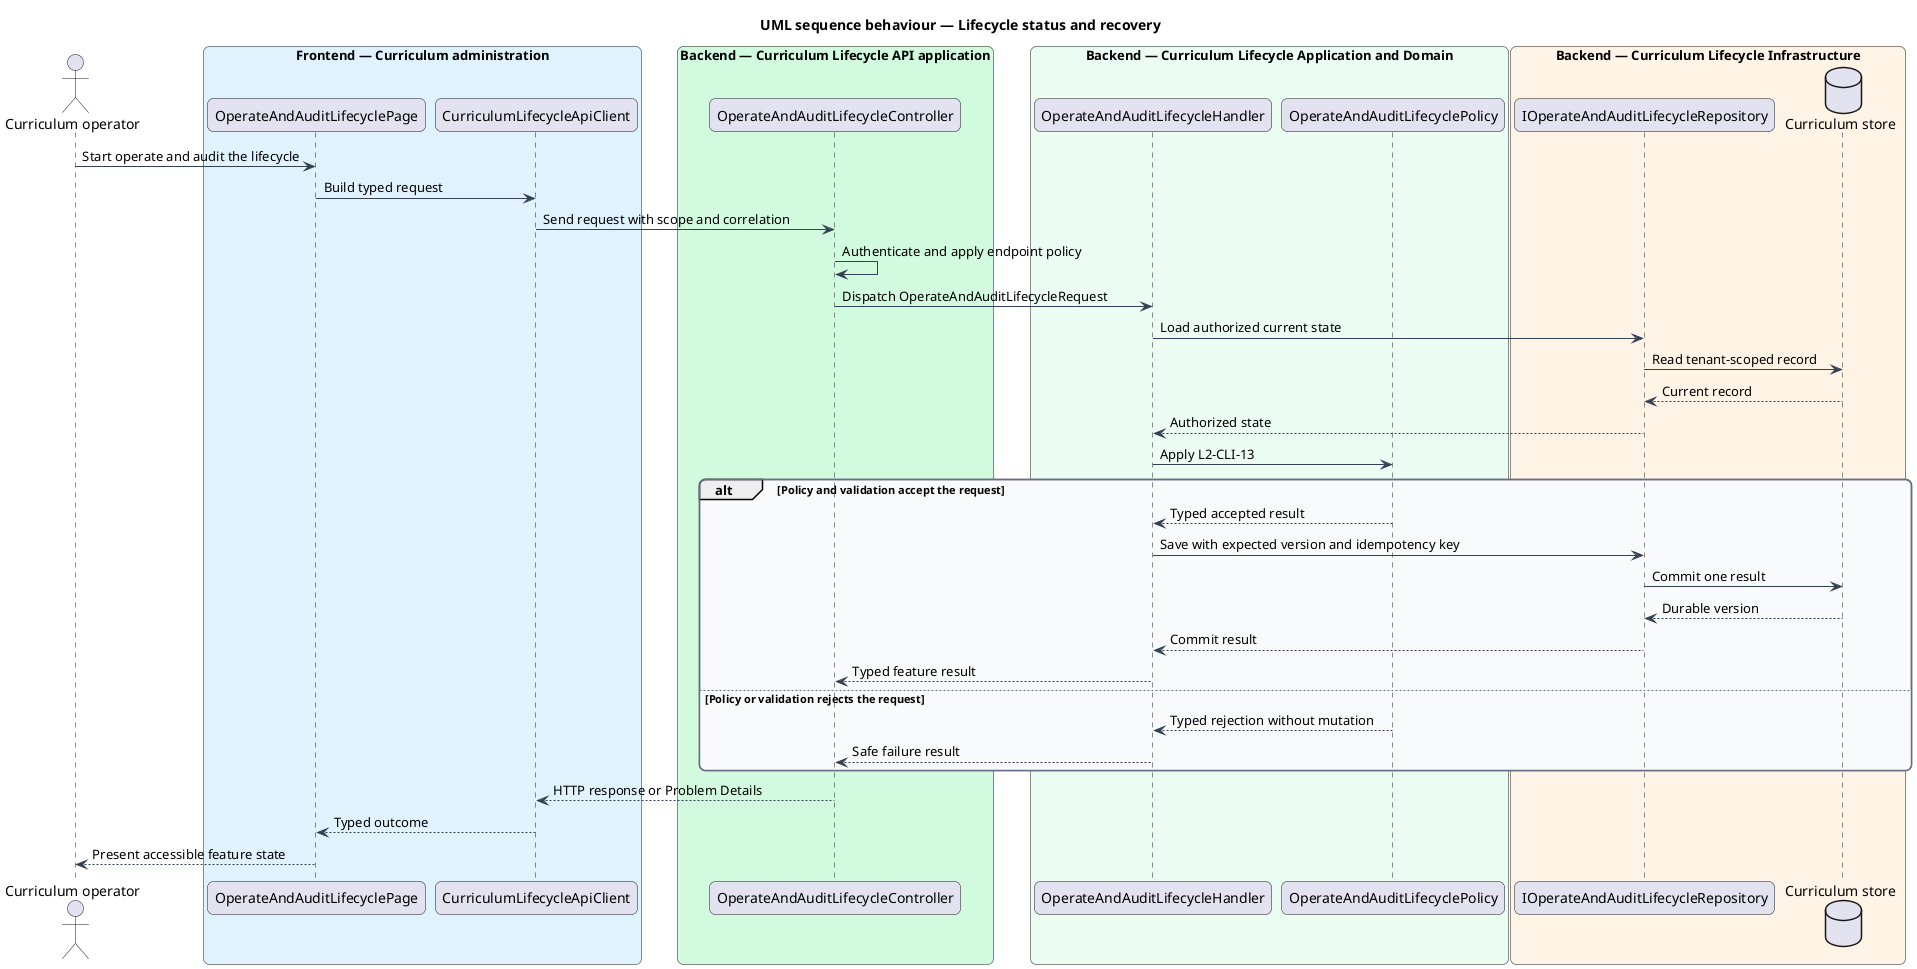
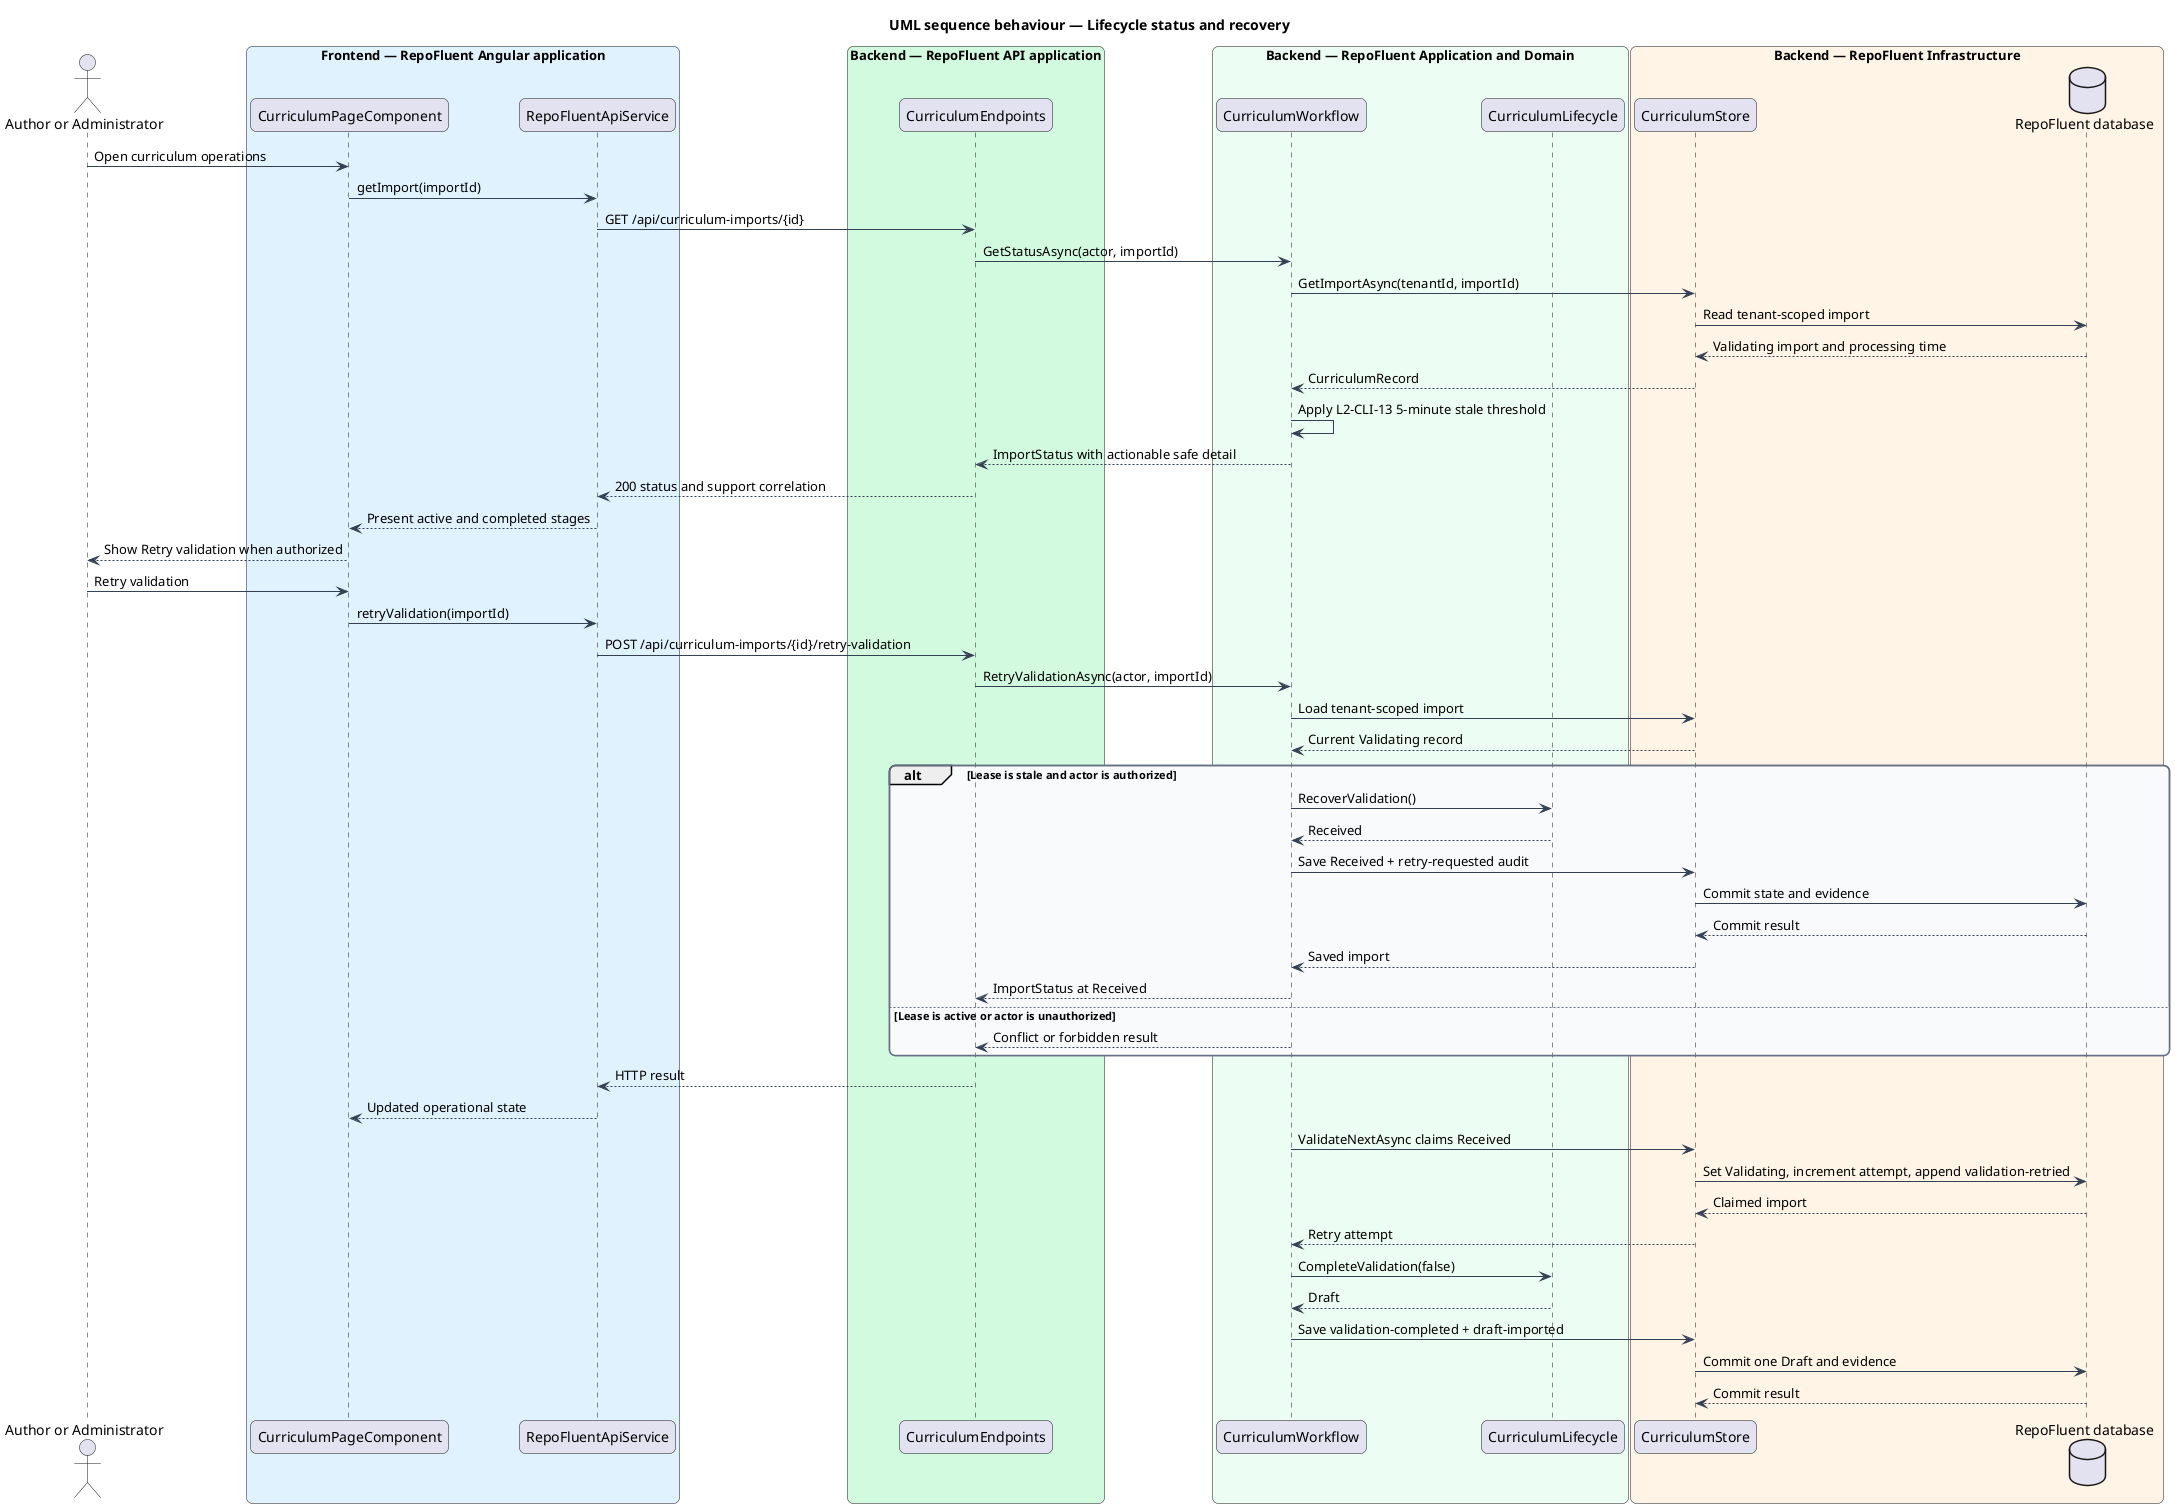
@startuml
title UML sequence behaviour — Lifecycle status and recovery
skinparam backgroundColor #FFFFFF
skinparam shadowing false
skinparam roundcorner 12
skinparam defaultFontName Arial
skinparam ArrowColor #344054
skinparam rectangle {
  BorderColor #344054
  FontColor #101828
}
skinparam package {
  BorderColor #667085
  FontColor #101828
  BackgroundColor #F9FAFB
}
- actor "Curriculum operator" as actor
- box "Frontend — Curriculum administration" #E0F2FE
-   participant "OperateAndAuditLifecyclePage" as entry
-   participant "CurriculumLifecycleApiClient" as client
+ actor "Author or Administrator" as actor
+ box "Frontend — RepoFluent Angular application" #E0F2FE
+   participant "CurriculumPageComponent" as page
+   participant "RepoFluentApiService" as client
end box
- box "Backend — Curriculum Lifecycle API application" #D1FADF
-   participant "OperateAndAuditLifecycleController" as controller
+ box "Backend — RepoFluent API application" #D1FADF
+   participant "CurriculumEndpoints" as endpoints
end box
- box "Backend — Curriculum Lifecycle Application and Domain" #ECFDF3
-   participant "OperateAndAuditLifecycleHandler" as handler
-   participant "OperateAndAuditLifecyclePolicy" as policy
+ box "Backend — RepoFluent Application and Domain" #ECFDF3
+   participant "CurriculumWorkflow" as workflow
+   participant "CurriculumLifecycle" as lifecycle
end box
- box "Backend — Curriculum Lifecycle Infrastructure" #FFF4E5
-   participant "IOperateAndAuditLifecycleRepository" as repository
-   database "Curriculum store" as store
+ box "Backend — RepoFluent Infrastructure" #FFF4E5
+   participant "CurriculumStore" as repository
+   database "RepoFluent database" as db
end box
- actor -> entry : Start operate and audit the lifecycle
- entry -> client : Build typed request
- client -> controller : Send request with scope and correlation
- controller -> controller : Authenticate and apply endpoint policy
- controller -> handler : Dispatch OperateAndAuditLifecycleRequest
- handler -> repository : Load authorized current state
- repository -> store : Read tenant-scoped record
- store --> repository : Current record
- repository --> handler : Authorized state
- handler -> policy : Apply L2-CLI-13
- alt Policy and validation accept the request
-   policy --> handler : Typed accepted result
-   handler -> repository : Save with expected version and idempotency key
-   repository -> store : Commit one result
-   store --> repository : Durable version
-   repository --> handler : Commit result
-   handler --> controller : Typed feature result
- else Policy or validation rejects the request
-   policy --> handler : Typed rejection without mutation
-   handler --> controller : Safe failure result
+ 
+ actor -> page : Open curriculum operations
+ page -> client : getImport(importId)
+ client -> endpoints : GET /api/curriculum-imports/{id}
+ endpoints -> workflow : GetStatusAsync(actor, importId)
+ workflow -> repository : GetImportAsync(tenantId, importId)
+ repository -> db : Read tenant-scoped import
+ db --> repository : Validating import and processing time
+ repository --> workflow : CurriculumRecord
+ workflow -> workflow : Apply L2-CLI-13 5-minute stale threshold
+ workflow --> endpoints : ImportStatus with actionable safe detail
+ endpoints --> client : 200 status and support correlation
+ client --> page : Present active and completed stages
+ page --> actor : Show Retry validation when authorized
+ 
+ actor -> page : Retry validation
+ page -> client : retryValidation(importId)
+ client -> endpoints : POST /api/curriculum-imports/{id}/retry-validation
+ endpoints -> workflow : RetryValidationAsync(actor, importId)
+ workflow -> repository : Load tenant-scoped import
+ repository --> workflow : Current Validating record
+ alt Lease is stale and actor is authorized
+   workflow -> lifecycle : RecoverValidation()
+   lifecycle --> workflow : Received
+   workflow -> repository : Save Received + retry-requested audit
+   repository -> db : Commit state and evidence
+   db --> repository : Commit result
+   repository --> workflow : Saved import
+   workflow --> endpoints : ImportStatus at Received
+ else Lease is active or actor is unauthorized
+   workflow --> endpoints : Conflict or forbidden result
end
- controller --> client : HTTP response or Problem Details
- client --> entry : Typed outcome
- entry --> actor : Present accessible feature state
+ endpoints --> client : HTTP result
+ client --> page : Updated operational state
+ 
+ workflow -> repository : ValidateNextAsync claims Received
+ repository -> db : Set Validating, increment attempt, append validation-retried
+ db --> repository : Claimed import
+ repository --> workflow : Retry attempt
+ workflow -> lifecycle : CompleteValidation(false)
+ lifecycle --> workflow : Draft
+ workflow -> repository : Save validation-completed + draft-imported
+ repository -> db : Commit one Draft and evidence
+ db --> repository : Commit result
@enduml
